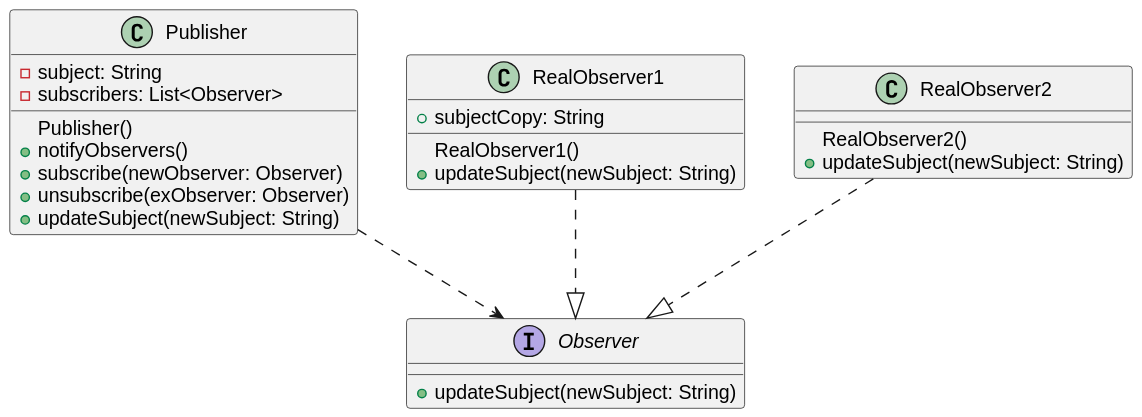
Before: Markdown Lecture Notes and Lab Exercises/uml/umlOutputs/Observer.svg, a diagram exported from PlantUML (HowDoIGitHelp/CMSC23MDNotes).
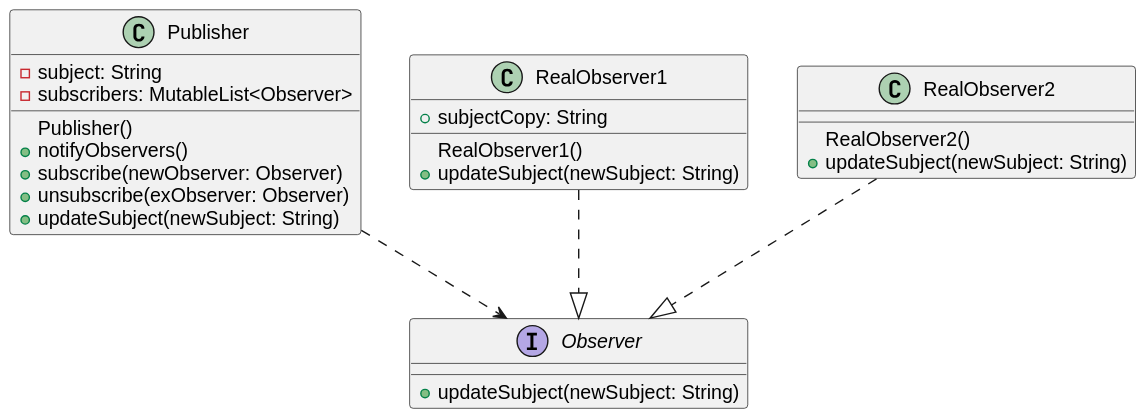
After the change.

Commit message:
change subscriber types from List to MutableList

What changed in the source:
```diff
@@ -9,7 +9,7 @@
 {
     Publisher()
     - subject: String
-    - subscribers: List<Observer>
+    - subscribers: MutableList<Observer>
     + notifyObservers()
     + subscribe(newObserver: Observer)
     + unsubscribe(exObserver: Observer)
```
